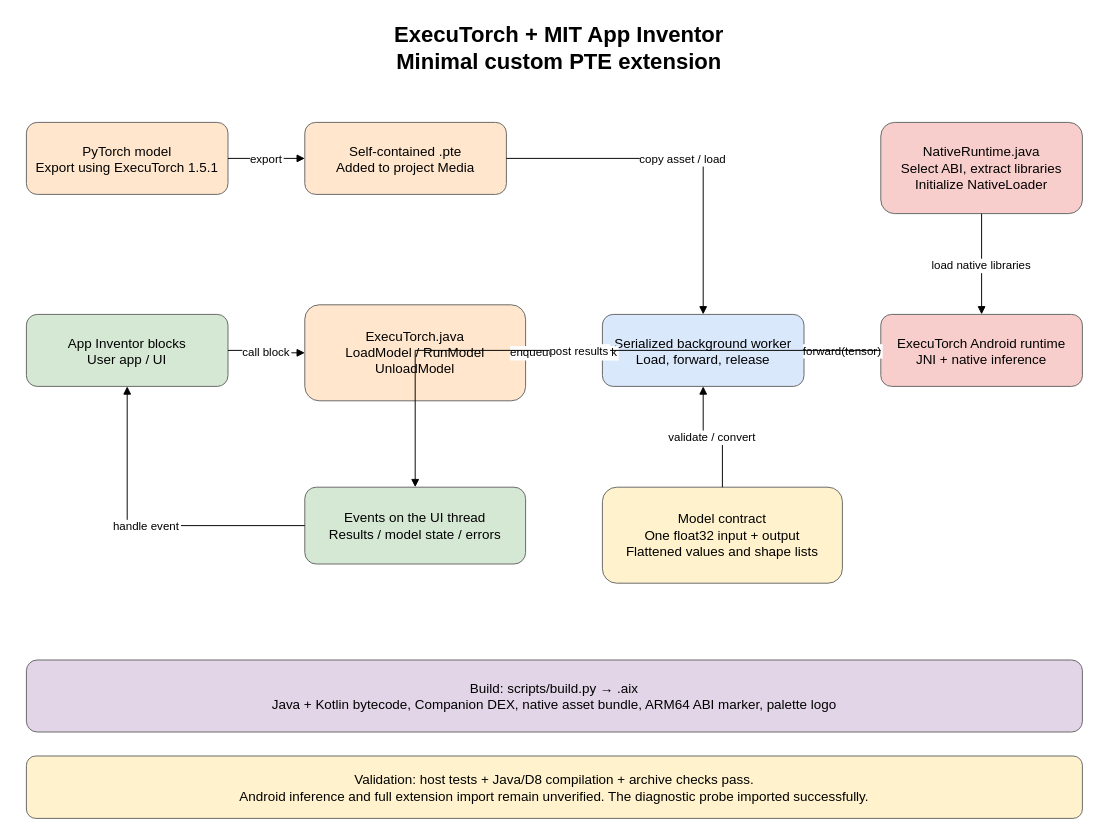
eoinjordan/appinventor-executorch-base keeps this draw.io diagram as docs/architecture.drawio. Above is the earlier version. Source tidied: cells renumbered, new cells numbered last; positions are measured from the earlier drawing's top-left corner, leaving out a move shared by most shapes. Both pictures are drawn from the tidied source at 96%, with x=0, y=0 at pixel (16, 16).
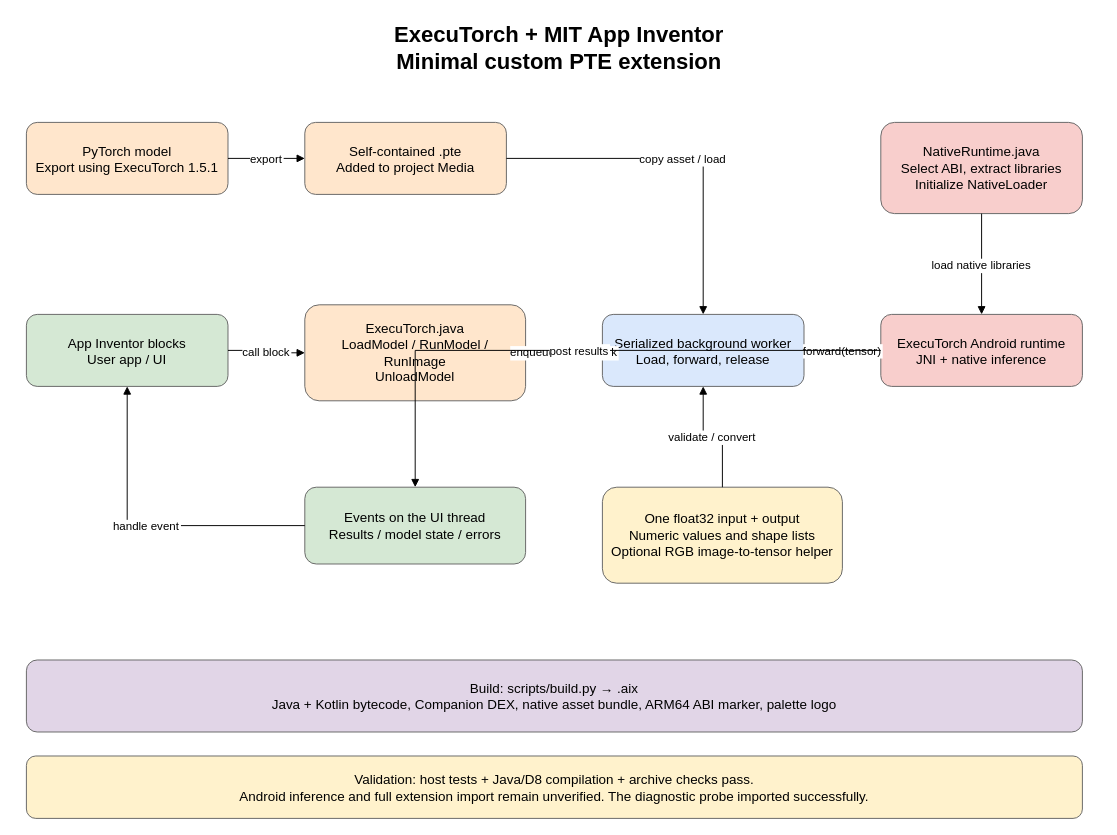
Above is the later version.

Change to the diagram source:
```diff
@@
-    <mxCell id="6" value="ExecuTorch.java&#10;LoadModel / RunModel&#10;UnloadModel" style="rounded=1;whiteSpace=wrap;html=0;fillColor=#ffe6cc;strokeColor=#666666;fontSize=14;spacing=10;" parent="1" vertex="1">
+    <mxCell id="6" value="ExecuTorch.java&#10;LoadModel / RunModel / RunImage&#10;UnloadModel" style="rounded=1;whiteSpace=wrap;html=0;fillColor=#ffe6cc;strokeColor=#666666;fontSize=14;spacing=10;" parent="1" vertex="1">
       <mxGeometry x="300" y="300" width="230" height="100" as="geometry" />
     </mxCell>
@@
-    <mxCell id="19" value="Model contract&#10;One float32 input + output&#10;Flattened values and shape lists" style="rounded=1;whiteSpace=wrap;html=0;fillColor=#fff2cc;strokeColor=#666666;fontSize=14;spacing=10;" parent="1" vertex="1">
+    <mxCell id="19" value="One float32 input + output&#10;Numeric values and shape lists&#10;Optional RGB image-to-tensor helper" style="rounded=1;whiteSpace=wrap;html=0;fillColor=#fff2cc;strokeColor=#666666;fontSize=14;spacing=10;" parent="1" vertex="1">
       <mxGeometry x="610" y="490" width="250" height="100" as="geometry" />
     </mxCell>
```
